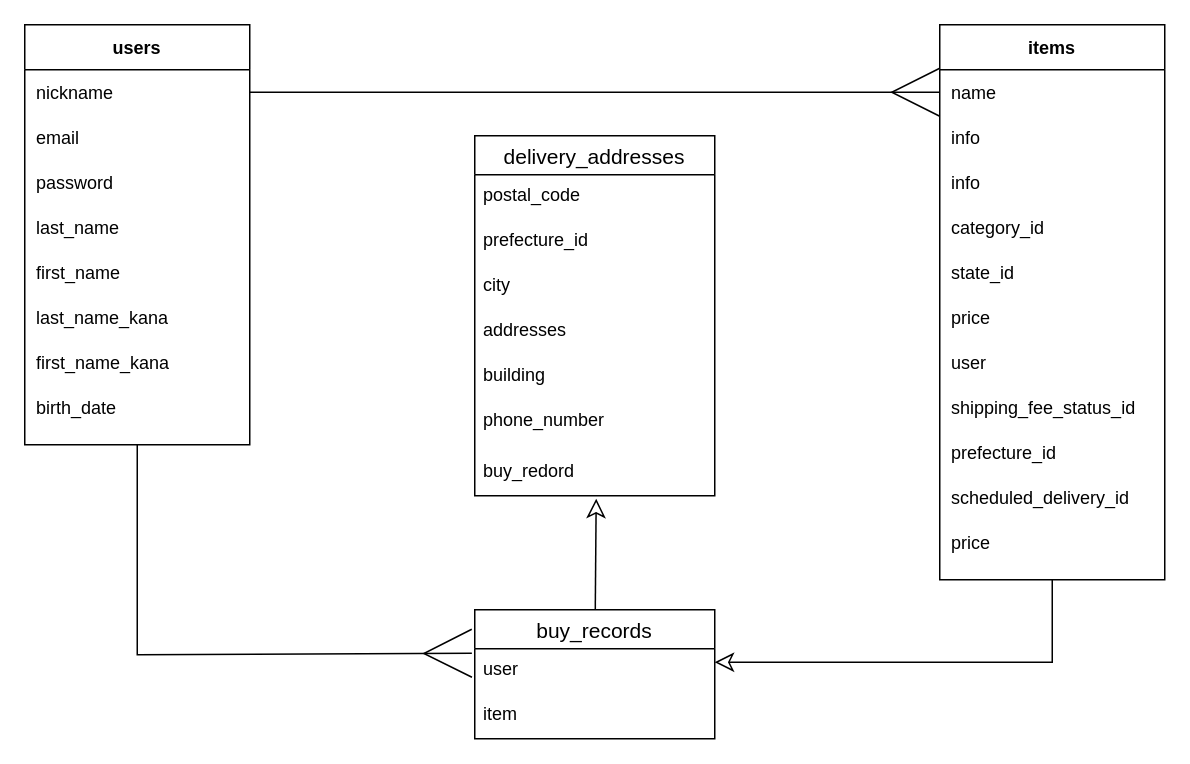
This is ER.dio from yokichioshima/furima-37359, a draw.io file, before an edit. Source tidied: cells renumbered, new cells numbered last; positions are measured from the earlier drawing's top-left corner, leaving out a move shared by most shapes. Both pictures are drawn from the tidied source at 150%, with x=0, y=0 at pixel (24, 24).
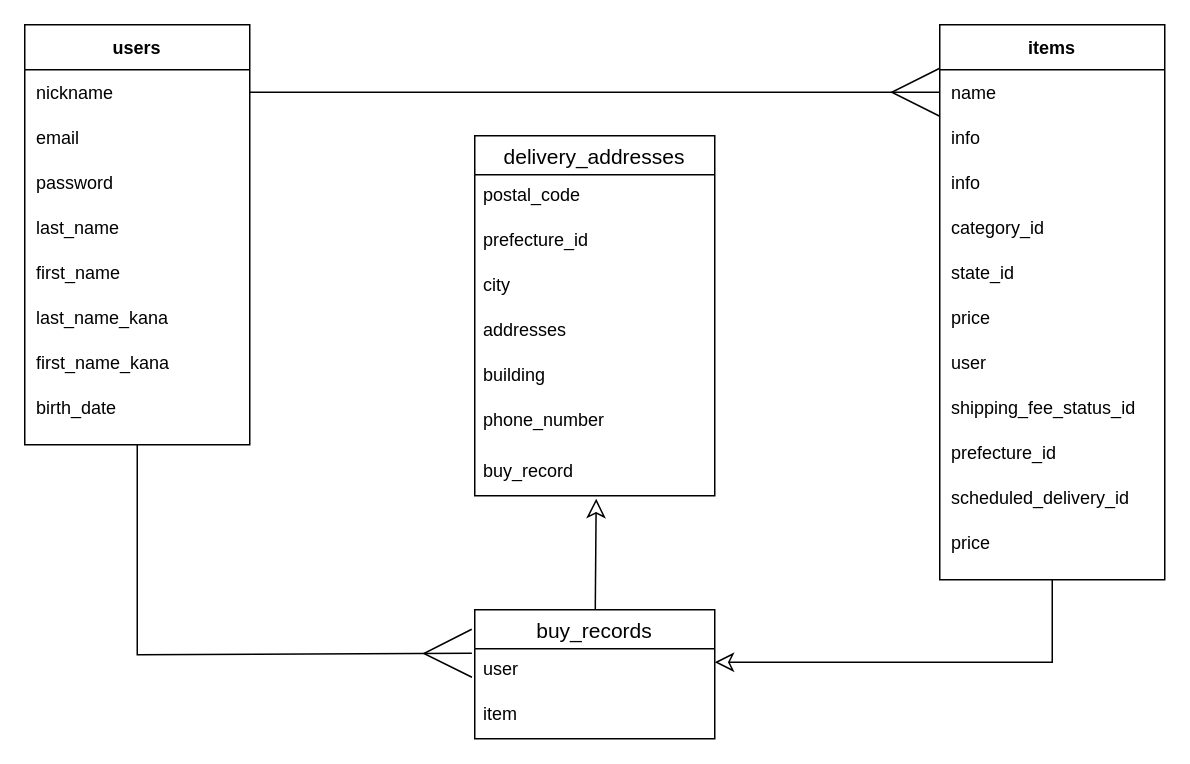
The same diagram, later.

Commit message:
カラム名のスペル修正

The change refers to these unchanged cells:
```xml
<mxCell id="47" value="delivery_addresses" style="swimlane;fontStyle=0;horizontal=1;startSize=26;align=center;fontSize=14;" parent="1" vertex="1">
  <mxGeometry x="300" y="74" width="160" height="240" as="geometry" />
</mxCell>
```

Change to the diagram source:
```diff
@@
-    <mxCell id="54" value="buy_redord" style="text;strokeColor=none;fillColor=none;spacingLeft=4;spacingRight=4;overflow=hidden;points=[[0,0.5],[1,0.5]];portConstraint=eastwest;fontSize=12;" parent="47" vertex="1">
+    <mxCell id="54" value="buy_record" style="text;strokeColor=none;fillColor=none;spacingLeft=4;spacingRight=4;overflow=hidden;points=[[0,0.5],[1,0.5]];portConstraint=eastwest;fontSize=12;" parent="47" vertex="1">
       <mxGeometry y="210" width="160" height="30" as="geometry" />
     </mxCell>
```
